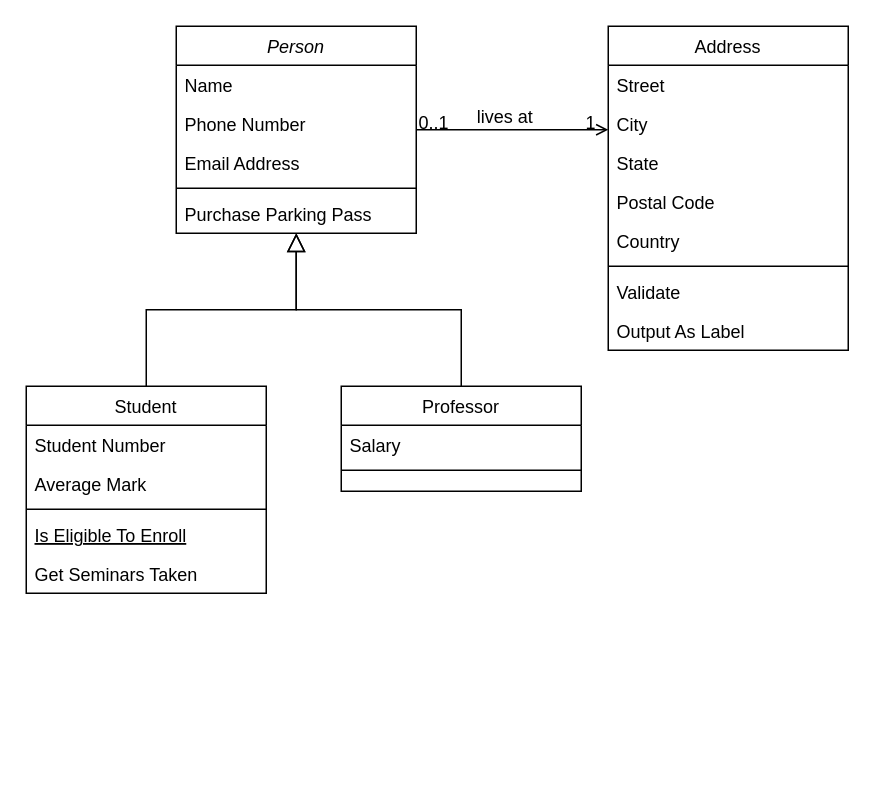
The draw.io diagram Untitled Diagram.drawio in Botrou/satar, before the edit. Source tidied: cells renumbered, new cells numbered last; positions are measured from the earlier drawing's top-left corner, leaving out a move shared by most shapes. Both pictures are drawn from the tidied source at 150%, with x=0, y=0 at pixel (26, 26).
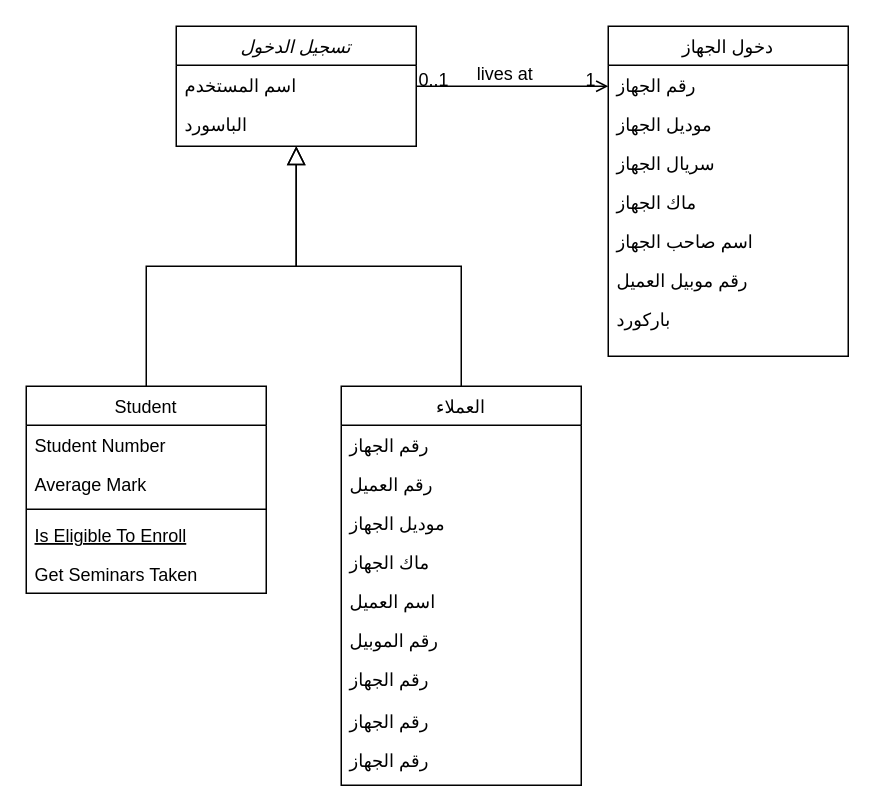
After the change.

What changed in the source:
```diff
@@
-    <mxCell id="2" value="Person" style="swimlane;fontStyle=2;align=center;verticalAlign=top;horizontal=1;startSize=26;rounded=0;shadow=0;strokeWidth=1;" parent="1" vertex="1">
-      <mxGeometry x="100" width="160" height="138" as="geometry" />
+    <mxCell id="2" value="تسجيل الدخول" style="swimlane;fontStyle=2;align=center;verticalAlign=top;horizontal=1;startSize=26;rounded=0;shadow=0;strokeWidth=1;" parent="1" vertex="1">
+      <mxGeometry x="100" width="160" height="80" as="geometry" />
     </mxCell>
-    <mxCell id="3" value="Name" style="text;align=left;verticalAlign=top;spacingLeft=4;spacingRight=4;overflow=hidden;" parent="2" vertex="1">
+    <mxCell id="3" value="اسم المستخدم" style="text;align=left;verticalAlign=top;spacingLeft=4;spacingRight=4;overflow=hidden;" parent="2" vertex="1">
       <mxGeometry y="26" width="160" height="26" as="geometry" />
     </mxCell>
-    <mxCell id="4" value="Phone Number" style="text;align=left;verticalAlign=top;spacingLeft=4;spacingRight=4;overflow=hidden;rounded=0;shadow=0;html=0;" parent="2" vertex="1">
+    <mxCell id="4" value="الباسورد" style="text;align=left;verticalAlign=top;spacingLeft=4;spacingRight=4;overflow=hidden;rounded=0;shadow=0;html=0;" parent="2" vertex="1">
       <mxGeometry y="52" width="160" height="26" as="geometry" />
     </mxCell>
-    <mxCell id="5" value="Email Address" style="text;align=left;verticalAlign=top;spacingLeft=4;spacingRight=4;overflow=hidden;rounded=0;shadow=0;html=0;" parent="2" vertex="1">
-      <mxGeometry y="78" width="160" height="26" as="geometry" />
-    </mxCell>
-    <mxCell id="6" style="line;html=1;strokeWidth=1;align=left;verticalAlign=middle;spacingTop=-1;spacingLeft=3;spacingRight=3;labelPosition=right;" parent="2" vertex="1">
-      <mxGeometry y="104" width="160" height="8" as="geometry" />
-    </mxCell>
-    <mxCell id="7" value="Purchase Parking Pass" style="text;align=left;verticalAlign=top;spacingLeft=4;spacingRight=4;overflow=hidden;" parent="2" vertex="1">
-      <mxGeometry y="112" width="160" height="26" as="geometry" />
-    </mxCell>
@@
-    <mxCell id="15" value="Professor" style="swimlane;fontStyle=0;align=center;verticalAlign=top;horizontal=1;startSize=26;rounded=0;shadow=0;strokeWidth=1;" parent="1" vertex="1">
-      <mxGeometry x="210" y="240" width="160" height="70" as="geometry" />
+    <mxCell id="15" value="العملاء" style="swimlane;fontStyle=0;align=center;verticalAlign=top;horizontal=1;startSize=26;rounded=0;shadow=0;strokeWidth=1;" parent="1" vertex="1">
+      <mxGeometry x="210" y="240" width="160" height="266" as="geometry" />
     </mxCell>
-    <mxCell id="16" value="Salary" style="text;align=left;verticalAlign=top;spacingLeft=4;spacingRight=4;overflow=hidden;" parent="15" vertex="1">
+    <mxCell id="16" value="رقم الجهاز" style="text;align=left;verticalAlign=top;spacingLeft=4;spacingRight=4;overflow=hidden;" parent="15" vertex="1">
       <mxGeometry y="26" width="160" height="26" as="geometry" />
     </mxCell>
-    <mxCell id="17" style="line;html=1;strokeWidth=1;align=left;verticalAlign=middle;spacingTop=-1;spacingLeft=3;spacingRight=3;labelPosition=right;" parent="15" vertex="1">
-      <mxGeometry y="52" width="160" height="8" as="geometry" />
-    </mxCell>
+    <mxCell id="32" value="رقم العميل" style="text;align=left;verticalAlign=top;spacingLeft=4;spacingRight=4;overflow=hidden;" parent="15" vertex="1">
+      <mxGeometry y="52" width="160" height="26" as="geometry" />
+    </mxCell>
+    <mxCell id="33" value="موديل الجهاز" style="text;align=left;verticalAlign=top;spacingLeft=4;spacingRight=4;overflow=hidden;" parent="15" vertex="1">
+      <mxGeometry y="78" width="160" height="26" as="geometry" />
+    </mxCell>
+    <mxCell id="34" value="ماك الجهاز" style="text;align=left;verticalAlign=top;spacingLeft=4;spacingRight=4;overflow=hidden;" parent="15" vertex="1">
+      <mxGeometry y="104" width="160" height="26" as="geometry" />
+    </mxCell>
+    <mxCell id="35" value="اسم العميل" style="text;align=left;verticalAlign=top;spacingLeft=4;spacingRight=4;overflow=hidden;" parent="15" vertex="1">
+      <mxGeometry y="130" width="160" height="26" as="geometry" />
+    </mxCell>
+    <mxCell id="36" value="رقم الموبيل" style="text;align=left;verticalAlign=top;spacingLeft=4;spacingRight=4;overflow=hidden;" parent="15" vertex="1">
+      <mxGeometry y="156" width="160" height="26" as="geometry" />
+    </mxCell>
+    <mxCell id="37" value="رقم الجهاز" style="text;align=left;verticalAlign=top;spacingLeft=4;spacingRight=4;overflow=hidden;" parent="15" vertex="1">
+      <mxGeometry y="182" width="160" height="28" as="geometry" />
+    </mxCell>
+    <mxCell id="38" value="رقم الجهاز" style="text;align=left;verticalAlign=top;spacingLeft=4;spacingRight=4;overflow=hidden;" parent="15" vertex="1">
+      <mxGeometry y="210" width="160" height="26" as="geometry" />
+    </mxCell>
+    <mxCell id="39" value="رقم الجهاز" style="text;align=left;verticalAlign=top;spacingLeft=4;spacingRight=4;overflow=hidden;" parent="15" vertex="1">
+      <mxGeometry y="236" width="160" height="26" as="geometry" />
+    </mxCell>
@@
-    <mxCell id="19" value="Address" style="swimlane;fontStyle=0;align=center;verticalAlign=top;horizontal=1;startSize=26;rounded=0;shadow=0;strokeWidth=1;" parent="1" vertex="1">
-      <mxGeometry x="388" width="160" height="216" as="geometry" />
+    <mxCell id="19" value="دخول الجهاز" style="swimlane;fontStyle=0;align=center;verticalAlign=top;horizontal=1;startSize=26;rounded=0;shadow=0;strokeWidth=1;" parent="1" vertex="1">
+      <mxGeometry x="388" width="160" height="220" as="geometry" />
     </mxCell>
-    <mxCell id="20" value="Street" style="text;align=left;verticalAlign=top;spacingLeft=4;spacingRight=4;overflow=hidden;" parent="19" vertex="1">
+    <mxCell id="20" value="رقم الجهاز" style="text;align=left;verticalAlign=top;spacingLeft=4;spacingRight=4;overflow=hidden;" parent="19" vertex="1">
       <mxGeometry y="26" width="160" height="26" as="geometry" />
     </mxCell>
-    <mxCell id="21" value="City" style="text;align=left;verticalAlign=top;spacingLeft=4;spacingRight=4;overflow=hidden;rounded=0;shadow=0;html=0;" parent="19" vertex="1">
+    <mxCell id="21" value="موديل الجهاز" style="text;align=left;verticalAlign=top;spacingLeft=4;spacingRight=4;overflow=hidden;rounded=0;shadow=0;html=0;" parent="19" vertex="1">
       <mxGeometry y="52" width="160" height="26" as="geometry" />
     </mxCell>
-    <mxCell id="22" value="State" style="text;align=left;verticalAlign=top;spacingLeft=4;spacingRight=4;overflow=hidden;rounded=0;shadow=0;html=0;" parent="19" vertex="1">
+    <mxCell id="22" value="سريال الجهاز" style="text;align=left;verticalAlign=top;spacingLeft=4;spacingRight=4;overflow=hidden;rounded=0;shadow=0;html=0;" parent="19" vertex="1">
       <mxGeometry y="78" width="160" height="26" as="geometry" />
     </mxCell>
-    <mxCell id="23" value="Postal Code" style="text;align=left;verticalAlign=top;spacingLeft=4;spacingRight=4;overflow=hidden;rounded=0;shadow=0;html=0;" parent="19" vertex="1">
+    <mxCell id="23" value="ماك الجهاز" style="text;align=left;verticalAlign=top;spacingLeft=4;spacingRight=4;overflow=hidden;rounded=0;shadow=0;html=0;" parent="19" vertex="1">
       <mxGeometry y="104" width="160" height="26" as="geometry" />
     </mxCell>
-    <mxCell id="24" value="Country" style="text;align=left;verticalAlign=top;spacingLeft=4;spacingRight=4;overflow=hidden;rounded=0;shadow=0;html=0;" parent="19" vertex="1">
+    <mxCell id="24" value="اسم صاحب الجهاز" style="text;align=left;verticalAlign=top;spacingLeft=4;spacingRight=4;overflow=hidden;rounded=0;shadow=0;html=0;" parent="19" vertex="1">
       <mxGeometry y="130" width="160" height="26" as="geometry" />
     </mxCell>
-    <mxCell id="25" style="line;html=1;strokeWidth=1;align=left;verticalAlign=middle;spacingTop=-1;spacingLeft=3;spacingRight=3;labelPosition=right;" parent="19" vertex="1">
-      <mxGeometry y="156" width="160" height="8" as="geometry" />
-    </mxCell>
-    <mxCell id="26" value="Validate" style="text;align=left;verticalAlign=top;spacingLeft=4;spacingRight=4;overflow=hidden;" parent="19" vertex="1">
-      <mxGeometry y="164" width="160" height="26" as="geometry" />
+    <mxCell id="26" value="رقم موبيل العميل " style="text;align=left;verticalAlign=top;spacingLeft=4;spacingRight=4;overflow=hidden;" parent="19" vertex="1">
+      <mxGeometry y="156" width="160" height="26" as="geometry" />
     </mxCell>
-    <mxCell id="27" value="Output As Label" style="text;align=left;verticalAlign=top;spacingLeft=4;spacingRight=4;overflow=hidden;" parent="19" vertex="1">
-      <mxGeometry y="190" width="160" height="26" as="geometry" />
+    <mxCell id="27" value="باركورد" style="text;align=left;verticalAlign=top;spacingLeft=4;spacingRight=4;overflow=hidden;" parent="19" vertex="1">
+      <mxGeometry y="182" width="160" height="26" as="geometry" />
     </mxCell>
```
